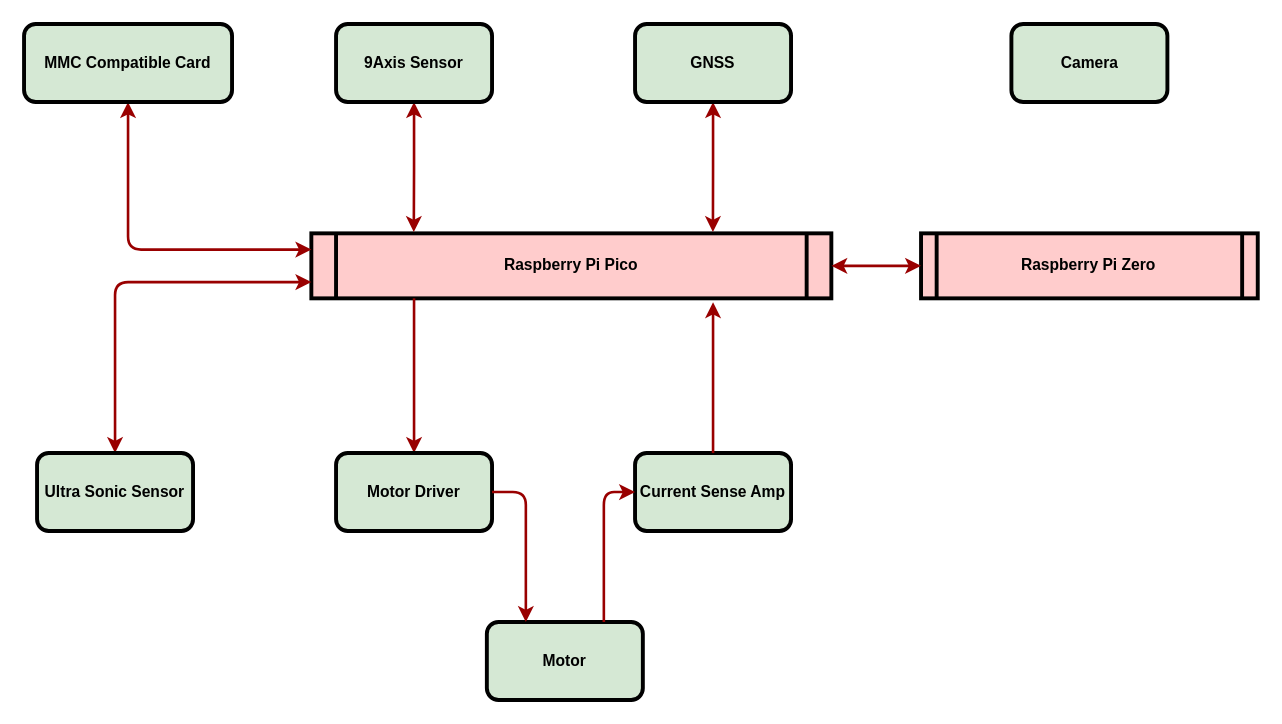
Before: system-chart.drawio.xml in kodama-gentaro/cansat_team_a, a draw.io diagram. Source tidied: cells renumbered, new cells numbered last; positions are measured from the earlier drawing's top-left corner, leaving out a move shared by most shapes. Both pictures are drawn from the tidied source at 130%, with x=0, y=0 at pixel (23, 23).
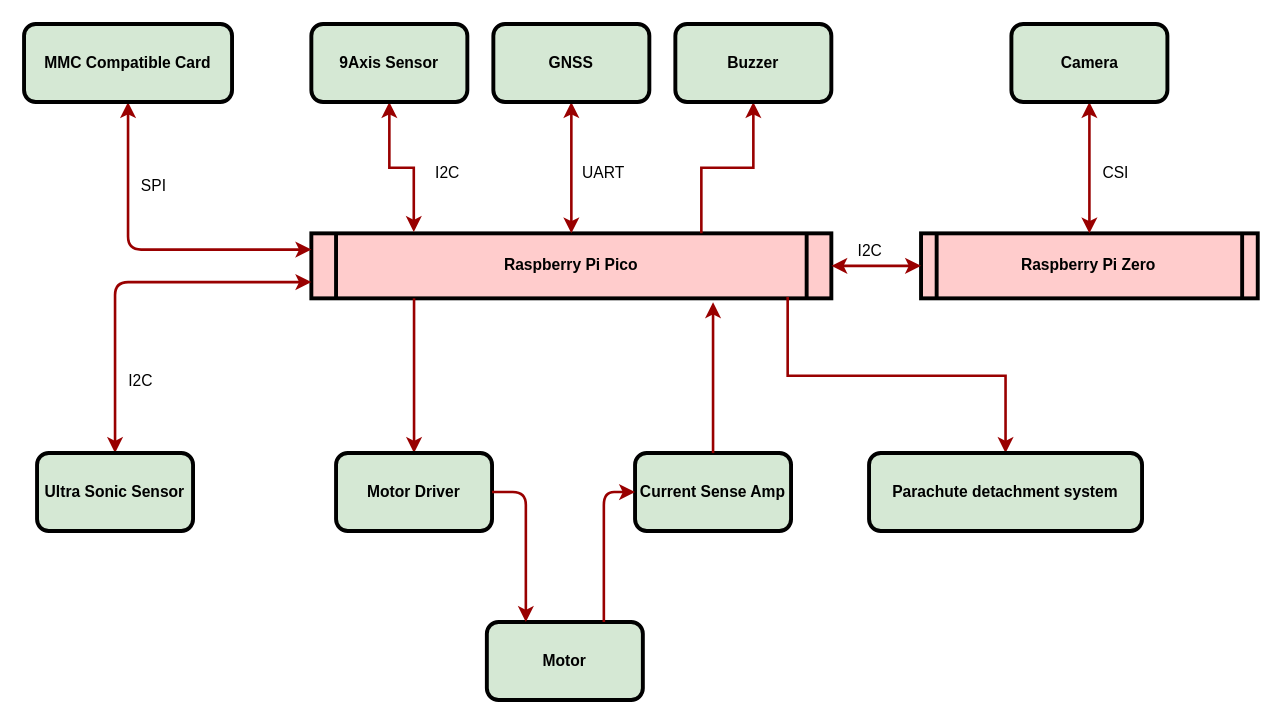
Above is the later version.

Commit message:
system-chart.drawio.xml を更新します

Unchanged cells that the change refers to:
```xml
<mxCell id="2" value="Raspberry Pi Pico" style="shape=process;whiteSpace=wrap;align=center;verticalAlign=middle;size=0.0475;fontStyle=1;strokeWidth=3;fillColor=#FFCCCC;" parent="1" vertex="1">
  <mxGeometry x="221" y="161" width="400" height="50" as="geometry" />
</mxCell>
<mxCell id="10" value="Raspberry Pi Zero" style="shape=process;whiteSpace=wrap;align=center;verticalAlign=middle;size=0.0475;fontStyle=1;strokeWidth=3;fillColor=#FFCCCC;" parent="1" vertex="1">
  <mxGeometry x="690" y="161" width="259" height="50" as="geometry" />
</mxCell>
<mxCell id="18" value="&lt;b&gt;Camera&lt;/b&gt;" style="rounded=1;whiteSpace=wrap;html=1;strokeWidth=3;fillColor=#d5e8d4;strokeColor=#000000;" parent="1" vertex="1">
  <mxGeometry x="759.5" width="120" height="60" as="geometry" />
</mxCell>
```

The edit, as a diff of the source:
```diff
@@
     <mxCell id="13" value="&lt;b&gt;9Axis Sensor&lt;br&gt;&lt;/b&gt;" style="rounded=1;whiteSpace=wrap;html=1;strokeWidth=3;fillColor=#d5e8d4;strokeColor=#000000;" parent="1" vertex="1">
-      <mxGeometry x="240" width="120" height="60" as="geometry" />
+      <mxGeometry x="221" width="120" height="60" as="geometry" />
     </mxCell>
-    <mxCell id="14" style="edgeStyle=orthogonalEdgeStyle;rounded=0;jettySize=auto;html=1;exitX=0.5;exitY=1;exitDx=0;exitDy=0;startArrow=classic;startFill=1;strokeColor=#990000;strokeWidth=2;" parent="1" edge="1" source="15">
-      <mxGeometry relative="1" as="geometry">
-        <mxPoint x="529.9" y="160" as="targetPoint" />
-      </mxGeometry>
+    <mxCell id="14" style="edgeStyle=orthogonalEdgeStyle;rounded=0;jettySize=auto;html=1;exitX=0.5;exitY=1;exitDx=0;exitDy=0;startArrow=classic;startFill=1;strokeColor=#990000;strokeWidth=2;entryX=0.5;entryY=0;entryDx=0;entryDy=0;" parent="1" edge="1" source="15" target="2">
+      <mxGeometry relative="1" as="geometry" />
     </mxCell>
     <mxCell id="15" value="&lt;b&gt;GNSS&lt;/b&gt;" style="rounded=1;whiteSpace=wrap;html=1;strokeWidth=3;fillColor=#d5e8d4;strokeColor=#000000;" parent="1" vertex="1">
-      <mxGeometry x="470" width="120" height="60" as="geometry" />
+      <mxGeometry x="361" width="120" height="60" as="geometry" />
     </mxCell>
@@
+    <mxCell id="21" style="edgeStyle=orthogonalEdgeStyle;rounded=0;jettySize=auto;html=1;exitX=0.5;exitY=1;exitDx=0;exitDy=0;entryX=0.5;entryY=0;entryDx=0;entryDy=0;startArrow=classic;startFill=1;strokeWidth=2;strokeColor=#990000;" parent="1" edge="1" source="18" target="10">
+      <mxGeometry relative="1" as="geometry" />
+    </mxCell>
@@
+    <mxCell id="22" value="SPI" style="text;html=1;strokeColor=none;fillColor=none;align=center;verticalAlign=middle;whiteSpace=wrap;rounded=0;" parent="1" vertex="1">
+      <mxGeometry x="70" y="110" width="60" height="30" as="geometry" />
+    </mxCell>
+    <mxCell id="23" value="&lt;div&gt;I2C&lt;/div&gt;" style="text;html=1;strokeColor=none;fillColor=none;align=center;verticalAlign=middle;whiteSpace=wrap;rounded=0;" parent="1" vertex="1">
+      <mxGeometry x="60" y="260" width="60" height="30" as="geometry" />
+    </mxCell>
+    <mxCell id="24" value="&lt;div&gt;I2C&lt;/div&gt;" style="text;html=1;strokeColor=none;fillColor=none;align=center;verticalAlign=middle;whiteSpace=wrap;rounded=0;" parent="1" vertex="1">
+      <mxGeometry x="296" y="100" width="60" height="30" as="geometry" />
+    </mxCell>
+    <mxCell id="25" value="&lt;div&gt;I2C&lt;/div&gt;" style="text;html=1;strokeColor=none;fillColor=none;align=center;verticalAlign=middle;whiteSpace=wrap;rounded=0;" parent="1" vertex="1">
+      <mxGeometry x="621" y="160" width="60" height="30" as="geometry" />
+    </mxCell>
+    <mxCell id="26" style="edgeStyle=orthogonalEdgeStyle;rounded=0;jettySize=auto;html=1;exitX=0.5;exitY=0;exitDx=0;exitDy=0;entryX=0.916;entryY=0.978;entryDx=0;entryDy=0;entryPerimeter=0;startArrow=classic;startFill=1;strokeWidth=2;strokeColor=#990000;endArrow=none;endFill=0;" parent="1" edge="1" source="27" target="2">
+      <mxGeometry relative="1" as="geometry" />
+    </mxCell>
+    <mxCell id="27" value="&lt;b&gt;Parachute detachment system&lt;br&gt;&lt;/b&gt;" style="rounded=1;whiteSpace=wrap;html=1;strokeWidth=3;fillColor=#d5e8d4;strokeColor=#000000;" parent="1" vertex="1">
+      <mxGeometry x="650" y="330" width="210" height="60" as="geometry" />
+    </mxCell>
+    <mxCell id="28" style="edgeStyle=orthogonalEdgeStyle;rounded=0;jettySize=auto;html=1;exitX=0.5;exitY=1;exitDx=0;exitDy=0;strokeWidth=2;strokeColor=#990000;endArrow=none;endFill=0;startArrow=classic;startFill=1;entryX=0.75;entryY=0;entryDx=0;entryDy=0;" parent="1" edge="1" source="29" target="2">
+      <mxGeometry relative="1" as="geometry" />
+    </mxCell>
+    <mxCell id="29" value="&lt;div&gt;&lt;b&gt;Buzzer&lt;/b&gt;&lt;/div&gt;" style="rounded=1;whiteSpace=wrap;html=1;strokeWidth=3;fillColor=#d5e8d4;strokeColor=#000000;" parent="1" vertex="1">
+      <mxGeometry x="501" width="120" height="60" as="geometry" />
+    </mxCell>
+    <mxCell id="30" value="UART" style="text;html=1;strokeColor=none;fillColor=none;align=center;verticalAlign=middle;whiteSpace=wrap;rounded=0;" parent="1" vertex="1">
+      <mxGeometry x="416" y="100" width="60" height="30" as="geometry" />
+    </mxCell>
+    <mxCell id="31" value="CSI" style="text;html=1;strokeColor=none;fillColor=none;align=center;verticalAlign=middle;whiteSpace=wrap;rounded=0;" parent="1" vertex="1">
+      <mxGeometry x="810" y="100" width="60" height="30" as="geometry" />
+    </mxCell>
```
